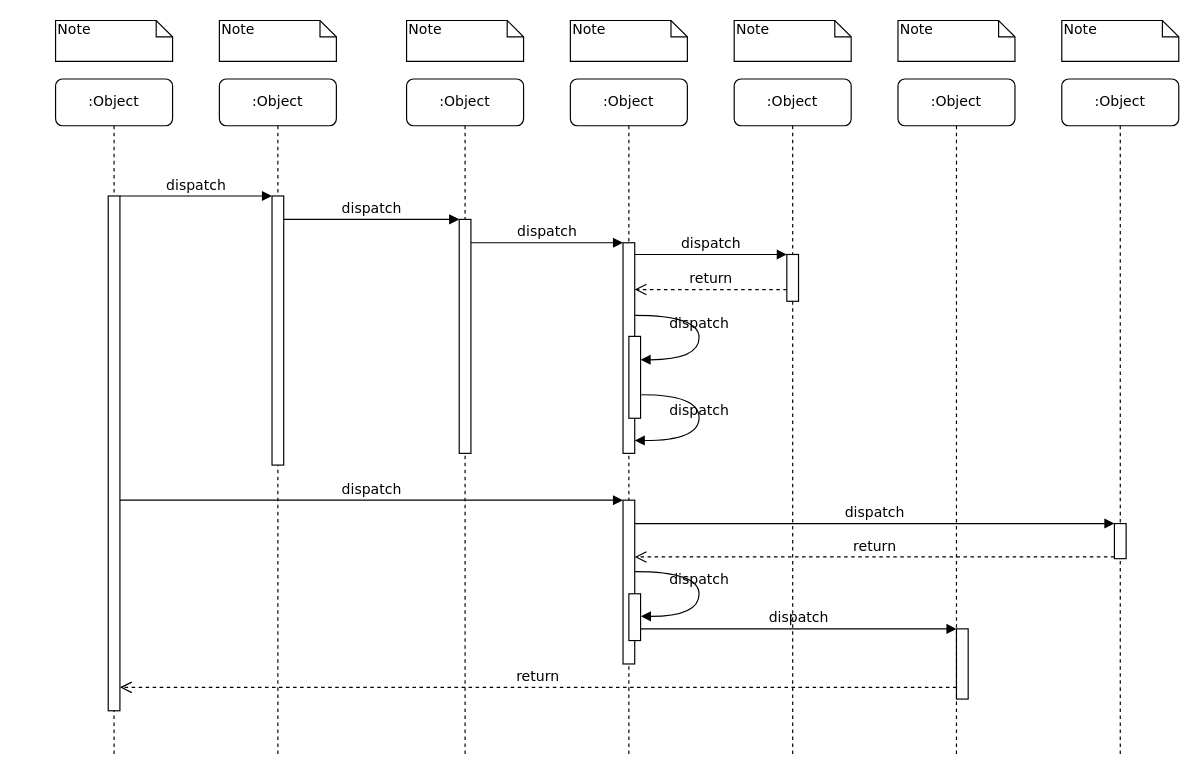
Earlier version of the draw.io diagram AndroidSystem/时序图测试.drawio (magical-xian/diagrams). Source tidied: cells renumbered, new cells numbered last; positions are measured from the earlier drawing's top-left corner, leaving out a move shared by most shapes. Both pictures are drawn from the tidied source at 117%, with x=0, y=0 at pixel (55, 20).
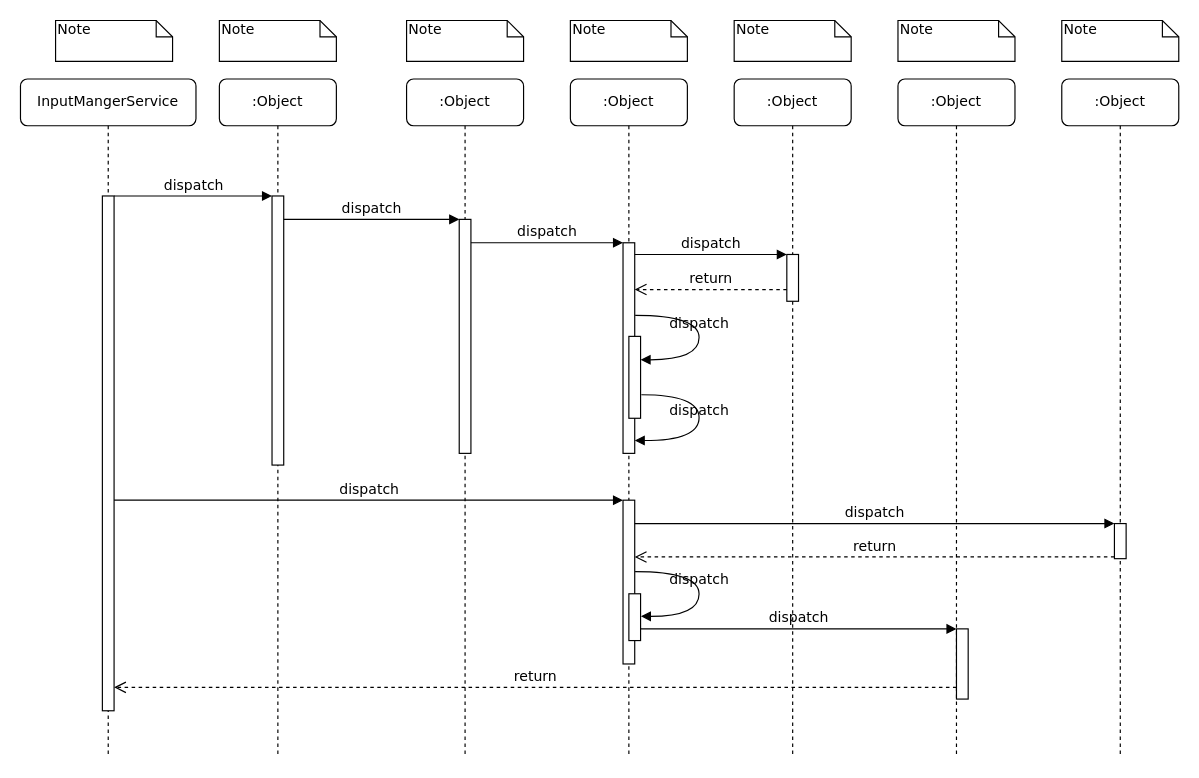
The same page after the edit.

Commit message:
Update 时序图测试.drawio

Diff of the diagram source:
```diff
@@
-    <mxCell id="10" value=":Object" style="shape=umlLifeline;perimeter=lifelinePerimeter;whiteSpace=wrap;html=1;rounded=1;shadow=0;comic=0;labelBackgroundColor=none;strokeWidth=1;fontFamily=Verdana;fontSize=12;align=center;" parent="1" vertex="1">
-      <mxGeometry y="50" width="100" height="580" as="geometry" />
+    <mxCell id="10" value="InputMangerService" style="shape=umlLifeline;perimeter=lifelinePerimeter;whiteSpace=wrap;html=1;rounded=1;shadow=0;comic=0;labelBackgroundColor=none;strokeWidth=1;fontFamily=Verdana;fontSize=12;align=center;" parent="1" vertex="1">
+      <mxGeometry x="-30" y="50" width="150" height="580" as="geometry" />
     </mxCell>
     <mxCell id="11" style="html=1;points=[];perimeter=orthogonalPerimeter;rounded=0;shadow=0;comic=0;labelBackgroundColor=none;strokeWidth=1;fontFamily=Verdana;fontSize=12;align=center;" parent="10" vertex="1">
-      <mxGeometry x="45" y="100" width="10" height="440" as="geometry" />
+      <mxGeometry x="70" y="100" width="10" height="440" as="geometry" />
     </mxCell>
```
